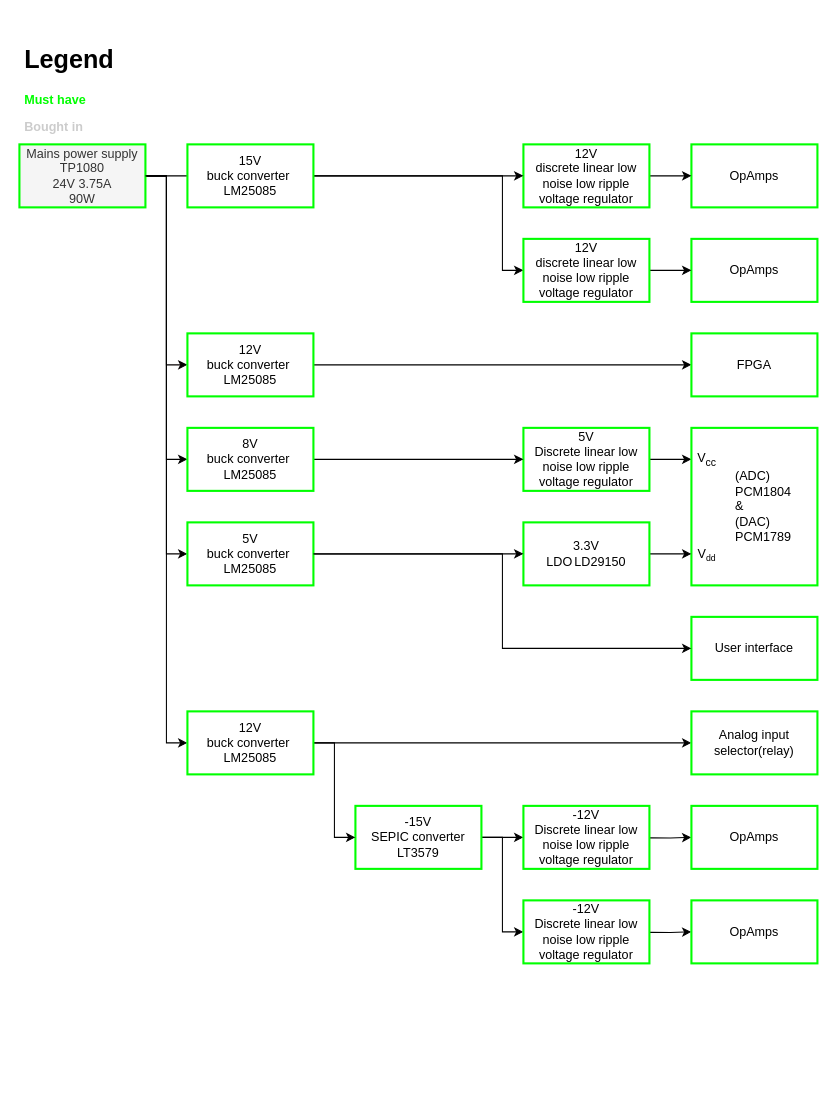
HeinVerhallen/Audio-DSP keeps this draw.io diagram as Block diagrams/System design/Power supply.drawio. Above is the earlier version. Source tidied: cells renumbered, new cells numbered last; positions are measured from the earlier drawing's top-left corner, leaving out a move shared by most shapes. Both pictures are drawn from the tidied source at 105%, with x=0, y=0 at pixel (19, 39).
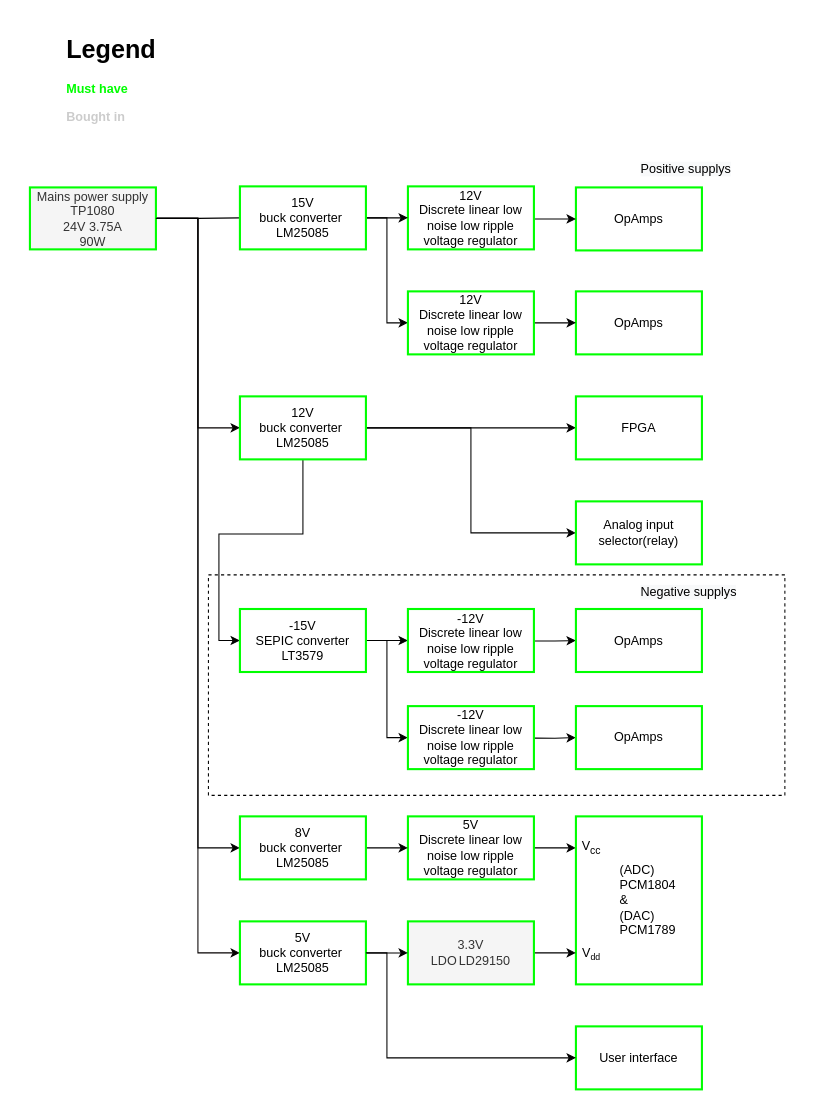
The same diagram, later.

Diff of the diagram source:
```diff
@@
+    <mxCell id="49" style="rounded=0;whiteSpace=wrap;html=1;dashed=1;fillColor=none;" parent="1" vertex="1">
+      <mxGeometry x="180" y="510" width="549" height="210" as="geometry" />
+    </mxCell>
-    <mxCell id="2" style="edgeStyle=orthogonalEdgeStyle;rounded=0;jettySize=auto;html=1;entryX=0;entryY=0.5;entryDx=0;entryDy=0;strokeColor=#050001;fontColor=default;exitX=1;exitY=0.5;exitDx=0;exitDy=0;" parent="1" edge="1" source="6" target="11">
+    <mxCell id="2" style="edgeStyle=orthogonalEdgeStyle;rounded=0;jettySize=auto;html=1;entryX=0;entryY=0.5;entryDx=0;entryDy=0;strokeColor=#050001;fontColor=default;" parent="1" edge="1" source="6" target="11">
       <mxGeometry relative="1" as="geometry">
         <Array as="points">
-          <mxPoint x="140" y="130" />
-          <mxPoint x="140" y="310" />
+          <mxPoint x="170" y="171" />
+          <mxPoint x="170" y="370" />
         </Array>
       </mxGeometry>
     </mxCell>
     <mxCell id="3" style="edgeStyle=orthogonalEdgeStyle;rounded=0;jettySize=auto;html=1;entryX=0;entryY=0.5;entryDx=0;entryDy=0;strokeColor=#050001;fontColor=default;" parent="1" edge="1" source="6" target="29">
       <mxGeometry relative="1" as="geometry">
         <Array as="points">
-          <mxPoint x="140" y="130" />
-          <mxPoint x="140" y="490" />
+          <mxPoint x="170" y="170" />
+          <mxPoint x="170" y="870" />
         </Array>
       </mxGeometry>
     </mxCell>
-    <mxCell id="4" style="edgeStyle=orthogonalEdgeStyle;rounded=0;jettySize=auto;html=1;entryX=0;entryY=0.5;entryDx=0;entryDy=0;" parent="1" edge="1" target="28">
+    <mxCell id="4" style="edgeStyle=orthogonalEdgeStyle;rounded=0;jettySize=auto;html=1;entryX=0;entryY=0.5;entryDx=0;entryDy=0;" parent="1" edge="1" source="6" target="28">
       <mxGeometry relative="1" as="geometry">
-        <mxPoint x="120" y="130" as="sourcePoint" />
         <Array as="points">
-          <mxPoint x="140" y="130" />
-          <mxPoint x="140" y="400" />
+          <mxPoint x="170" y="170" />
+          <mxPoint x="170" y="770" />
         </Array>
       </mxGeometry>
     </mxCell>
-    <mxCell id="5" style="edgeStyle=orthogonalEdgeStyle;rounded=0;jettySize=auto;html=1;exitX=1;exitY=0.5;exitDx=0;exitDy=0;entryX=0;entryY=0.5;entryDx=0;entryDy=0;" parent="1" edge="1" source="6" target="47">
-      <mxGeometry relative="1" as="geometry">
-        <Array as="points">
-          <mxPoint x="140" y="130" />
-          <mxPoint x="140" y="670" />
-        </Array>
-      </mxGeometry>
-    </mxCell>
     <mxCell id="6" value="Mains power supply&lt;br&gt;TP1080&lt;br&gt;24V 3.75A&lt;br&gt;90W" style="rounded=0;whiteSpace=wrap;html=1;strokeColor=#00FF00;strokeWidth=2;fillColor=#f5f5f5;fontColor=#333333;" parent="1" vertex="1">
-      <mxGeometry y="100" width="120" height="60" as="geometry" />
+      <mxGeometry x="10" y="141" width="120" height="59" as="geometry" />
     </mxCell>
     <mxCell id="7" value="OpAmps" style="rounded=0;whiteSpace=wrap;html=1;strokeColor=#00FF00;strokeWidth=2;" parent="1" vertex="1">
-      <mxGeometry x="640" y="100" width="120" height="60" as="geometry" />
+      <mxGeometry x="530" y="141" width="120" height="60" as="geometry" />
     </mxCell>
@@
     <mxCell id="9" value="5V &lt;br&gt;Discrete linear low noise low ripple voltage regulator" style="rounded=0;whiteSpace=wrap;html=1;strokeColor=#00FF00;strokeWidth=2;" parent="1" vertex="1">
-      <mxGeometry x="480" y="370" width="120" height="60" as="geometry" />
+      <mxGeometry x="370" y="740" width="120" height="60" as="geometry" />
     </mxCell>
@@
+    <mxCell id="50" style="edgeStyle=orthogonalEdgeStyle;rounded=0;jettySize=auto;html=1;entryX=0;entryY=0.5;entryDx=0;entryDy=0;" parent="1" edge="1" source="11" target="48">
+      <mxGeometry relative="1" as="geometry" />
+    </mxCell>
+    <mxCell id="51" style="edgeStyle=orthogonalEdgeStyle;rounded=0;jettySize=auto;html=1;entryX=0;entryY=0.5;entryDx=0;entryDy=0;" parent="1" edge="1" source="11" target="34">
+      <mxGeometry relative="1" as="geometry">
+        <Array as="points">
+          <mxPoint x="270" y="471" />
+          <mxPoint x="190" y="471" />
+          <mxPoint x="190" y="572" />
+        </Array>
+      </mxGeometry>
+    </mxCell>
     <mxCell id="11" value="12V &lt;br&gt;buck converter&amp;nbsp; LM25085" style="rounded=0;whiteSpace=wrap;html=1;strokeColor=#00FF00;strokeWidth=2;" parent="1" vertex="1">
-      <mxGeometry x="160" y="280" width="120" height="60" as="geometry" />
+      <mxGeometry x="210" y="340" width="120" height="60" as="geometry" />
     </mxCell>
     <mxCell id="12" value="FPGA" style="rounded=0;whiteSpace=wrap;html=1;strokeColor=#00FF00;strokeWidth=2;" parent="1" vertex="1">
-      <mxGeometry x="640" y="280" width="120" height="60" as="geometry" />
+      <mxGeometry x="530" y="340" width="120" height="60" as="geometry" />
     </mxCell>
     <mxCell id="13" value="User interface" style="rounded=0;whiteSpace=wrap;html=1;strokeColor=#00FF00;strokeWidth=2;" parent="1" vertex="1">
-      <mxGeometry x="640" y="550" width="120" height="60" as="geometry" />
+      <mxGeometry x="530" y="940" width="120" height="60" as="geometry" />
     </mxCell>
+    <mxCell id="48" value="Analog input selector(relay)" style="rounded=0;whiteSpace=wrap;html=1;strokeColor=#00FF00;strokeWidth=2;" parent="1" vertex="1">
+      <mxGeometry x="530" y="440" width="120" height="60" as="geometry" />
+    </mxCell>
@@
     <mxCell id="16" value="OpAmps" style="rounded=0;whiteSpace=wrap;html=1;strokeColor=#00FF00;strokeWidth=2;" parent="1" vertex="1">
-      <mxGeometry x="640" y="730" width="120" height="60" as="geometry" />
+      <mxGeometry x="530" y="542.5" width="120" height="60" as="geometry" />
     </mxCell>
+    <mxCell id="52" value="&lt;span style=&quot;color: rgb(0 , 0 , 0) ; font-family: &amp;#34;helvetica&amp;#34; ; font-size: 12px ; font-style: normal ; font-weight: 400 ; letter-spacing: normal ; text-align: center ; text-indent: 0px ; text-transform: none ; word-spacing: 0px ; background-color: rgb(248 , 249 , 250) ; display: inline ; float: none&quot;&gt;Positive supplys&lt;/span&gt;" style="text;whiteSpace=wrap;html=1;strokeColor=none;strokeWidth=2;dashed=1;dashPattern=1 4;" parent="1" vertex="1">
+      <mxGeometry x="590" y="110" width="110" height="30" as="geometry" />
+    </mxCell>
+    <mxCell id="53" value="&lt;span style=&quot;color: rgb(0 , 0 , 0) ; font-family: &amp;#34;helvetica&amp;#34; ; font-size: 12px ; font-style: normal ; font-weight: 400 ; letter-spacing: normal ; text-align: center ; text-indent: 0px ; text-transform: none ; word-spacing: 0px ; background-color: rgb(248 , 249 , 250) ; display: inline ; float: none&quot;&gt;Negative supplys&lt;/span&gt;" style="text;whiteSpace=wrap;html=1;strokeColor=none;strokeWidth=1;dashed=1;" parent="1" vertex="1">
+      <mxGeometry x="590" y="512.5" width="110" height="30" as="geometry" />
+    </mxCell>
     <mxCell id="17" value="&lt;blockquote style=&quot;margin: 0 0 0 40px; border: none; padding: 0px;&quot;&gt;&lt;p style=&quot;line-height: 120%;&quot;&gt;(ADC) PCM1804 &lt;br&gt;&amp;amp; &lt;br&gt;(DAC) PCM1789&lt;/p&gt;&lt;/blockquote&gt;" style="rounded=0;whiteSpace=wrap;html=1;shadow=0;fillColor=none;align=left;strokeColor=#00FF00;strokeWidth=2;" parent="1" vertex="1">
-      <mxGeometry x="640" y="370" width="120" height="150" as="geometry" />
+      <mxGeometry x="530" y="740" width="120" height="160" as="geometry" />
     </mxCell>
     <mxCell id="18" value="V&lt;sub&gt;cc&lt;/sub&gt;" style="rounded=0;whiteSpace=wrap;html=1;shadow=0;dashed=1;fontColor=#000000;fillColor=none;strokeColor=none;strokeWidth=2;" parent="1" vertex="1">
-      <mxGeometry x="640" y="377.5" width="30" height="45" as="geometry" />
+      <mxGeometry x="530" y="747.5" width="30" height="45" as="geometry" />
     </mxCell>
@@
-    <mxCell id="20" value="3.3V &lt;br&gt;LDO&lt;span style=&quot;white-space: pre;&quot;&gt;&#9;&lt;/span&gt;LD29150" style="rounded=0;whiteSpace=wrap;html=1;strokeWidth=2;strokeColor=#00FF00;" parent="1" vertex="1">
-      <mxGeometry x="480" y="460" width="120" height="60" as="geometry" />
+    <mxCell id="20" value="3.3V &lt;br&gt;LDO&lt;span style=&quot;white-space: pre;&quot;&gt;&#9;&lt;/span&gt;LD29150" style="rounded=0;whiteSpace=wrap;html=1;strokeColor=#00FF00;strokeWidth=2;fillColor=#f5f5f5;fontColor=#333333;" parent="1" vertex="1">
+      <mxGeometry x="370" y="840" width="120" height="60" as="geometry" />
     </mxCell>
     <mxCell id="21" style="edgeStyle=orthogonalEdgeStyle;rounded=0;orthogonalLoop=1;jettySize=auto;html=1;exitX=0.5;exitY=1;exitDx=0;exitDy=0;strokeColor=#00FF00;fontColor=default;strokeWidth=2;" parent="1" edge="1">
       <mxGeometry relative="1" as="geometry">
-        <mxPoint x="550.5" y="790" as="sourcePoint" />
-        <mxPoint x="550.5" y="790" as="targetPoint" />
+        <mxPoint x="440.5" y="580" as="sourcePoint" />
+        <mxPoint x="440.5" y="580" as="targetPoint" />
       </mxGeometry>
     </mxCell>
     <mxCell id="22" style="edgeStyle=orthogonalEdgeStyle;rounded=0;jettySize=auto;html=1;entryX=0;entryY=0.5;entryDx=0;entryDy=0;strokeColor=#000000;fontColor=default;exitX=1.003;exitY=0.501;exitDx=0;exitDy=0;exitPerimeter=0;strokeWidth=1;" parent="1" edge="1" source="29" target="20">
       <mxGeometry relative="1" as="geometry">
         <Array as="points">
-          <mxPoint x="320" y="490" />
-          <mxPoint x="320" y="490" />
+          <mxPoint x="350" y="870" />
+          <mxPoint x="350" y="870" />
         </Array>
       </mxGeometry>
     </mxCell>
@@
     <mxCell id="25" value="V&lt;span style=&quot;font-size: 10px;&quot;&gt;&lt;sub&gt;dd&lt;/sub&gt;&lt;/span&gt;" style="rounded=0;whiteSpace=wrap;html=1;shadow=0;dashed=1;fontColor=#000000;fillColor=none;strokeColor=none;strokeWidth=2;" parent="1" vertex="1">
-      <mxGeometry x="640" y="467.5" width="30" height="45" as="geometry" />
+      <mxGeometry x="530" y="847.5" width="30" height="45" as="geometry" />
     </mxCell>
-    <mxCell id="26" style="edgeStyle=orthogonalEdgeStyle;rounded=0;jettySize=auto;html=1;entryX=0;entryY=0.5;entryDx=0;entryDy=0;strokeColor=#000000;strokeWidth=1;exitX=1;exitY=0.5;exitDx=0;exitDy=0;" parent="1" edge="1" source="27" target="7">
-      <mxGeometry relative="1" as="geometry" />
+    <mxCell id="26" style="edgeStyle=orthogonalEdgeStyle;rounded=0;jettySize=auto;html=1;entryX=0;entryY=0.5;entryDx=0;entryDy=0;strokeColor=#000000;strokeWidth=1;" parent="1" edge="1" source="27" target="7">
+      <mxGeometry relative="1" as="geometry">
+        <Array as="points">
+          <mxPoint x="530" y="171" />
+          <mxPoint x="530" y="171" />
+        </Array>
+      </mxGeometry>
     </mxCell>
-    <mxCell id="27" value="12V &lt;br&gt;discrete linear low noise low ripple voltage regulator" style="rounded=0;whiteSpace=wrap;html=1;strokeColor=#00FF00;strokeWidth=2;" parent="1" vertex="1">
-      <mxGeometry x="480" y="100" width="120" height="60" as="geometry" />
+    <mxCell id="27" value="12V &lt;br&gt;Discrete linear low noise low ripple voltage regulator" style="rounded=0;whiteSpace=wrap;html=1;strokeColor=#00FF00;strokeWidth=2;" parent="1" vertex="1">
+      <mxGeometry x="370" y="140" width="120" height="60" as="geometry" />
     </mxCell>
     <mxCell id="28" value="8V &lt;br&gt;buck converter&amp;nbsp; LM25085" style="rounded=0;whiteSpace=wrap;html=1;strokeColor=#00FF00;strokeWidth=2;" parent="1" vertex="1">
-      <mxGeometry x="160" y="370" width="120" height="60" as="geometry" />
+      <mxGeometry x="210" y="740" width="120" height="60" as="geometry" />
     </mxCell>
     <mxCell id="29" value="5V &lt;br&gt;buck converter&amp;nbsp; LM25085" style="rounded=0;whiteSpace=wrap;html=1;strokeColor=#00FF00;strokeWidth=2;" parent="1" vertex="1">
-      <mxGeometry x="160" y="460" width="120" height="60" as="geometry" />
+      <mxGeometry x="210" y="840" width="120" height="60" as="geometry" />
     </mxCell>
-    <mxCell id="30" style="edgeStyle=orthogonalEdgeStyle;rounded=0;jettySize=auto;html=1;strokeColor=#000000;strokeWidth=1;fontColor=#000000;entryX=0;entryY=0.5;entryDx=0;entryDy=0;exitX=1;exitY=0.5;exitDx=0;exitDy=0;" parent="1" edge="1" source="32" target="27">
+    <mxCell id="30" style="edgeStyle=orthogonalEdgeStyle;rounded=0;jettySize=auto;html=1;strokeColor=#000000;strokeWidth=1;fontColor=#000000;" parent="1" edge="1" source="32" target="27">
       <mxGeometry relative="1" as="geometry" />
     </mxCell>
     <mxCell id="31" style="edgeStyle=orthogonalEdgeStyle;rounded=0;jettySize=auto;html=1;entryX=0;entryY=0.5;entryDx=0;entryDy=0;" parent="1" edge="1" source="32" target="44">
-      <mxGeometry relative="1" as="geometry">
-        <Array as="points">
-          <mxPoint x="460" y="130" />
-          <mxPoint x="460" y="220" />
-        </Array>
-      </mxGeometry>
+      <mxGeometry relative="1" as="geometry" />
     </mxCell>
     <mxCell id="32" value="15V &lt;br&gt;buck converter&amp;nbsp; LM25085" style="rounded=0;whiteSpace=wrap;html=1;strokeColor=#00FF00;strokeWidth=2;" parent="1" vertex="1">
-      <mxGeometry x="160" y="100" width="120" height="60" as="geometry" />
+      <mxGeometry x="210" y="140" width="120" height="60" as="geometry" />
     </mxCell>
@@
     <mxCell id="34" value="-15V &lt;br&gt;SEPIC converter&lt;br&gt;LT3579" style="rounded=0;whiteSpace=wrap;html=1;strokeColor=#00FF00;strokeWidth=2;" parent="1" vertex="1">
-      <mxGeometry x="320" y="730" width="120" height="60" as="geometry" />
+      <mxGeometry x="210" y="542.5" width="120" height="60" as="geometry" />
     </mxCell>
     <mxCell id="35" value="-12V &lt;br&gt;Discrete linear low noise low ripple voltage regulator" style="rounded=0;whiteSpace=wrap;html=1;strokeColor=#00FF00;strokeWidth=2;" parent="1" vertex="1">
-      <mxGeometry x="480" y="730" width="120" height="60" as="geometry" />
+      <mxGeometry x="370" y="542.5" width="120" height="60" as="geometry" />
     </mxCell>
     <mxCell id="36" value="&lt;h1&gt;Legend&lt;/h1&gt;&lt;p&gt;&lt;font color=&quot;#00ff00&quot;&gt;&lt;b&gt;Must have&lt;/b&gt;&lt;/font&gt;&lt;/p&gt;&lt;p&gt;&lt;font color=&quot;#cccccc&quot;&gt;&lt;b&gt;Bought in&lt;/b&gt;&lt;/font&gt;&lt;/p&gt;" style="text;html=1;strokeColor=none;fillColor=none;spacing=5;spacingTop=-20;whiteSpace=wrap;overflow=hidden;rounded=0;" parent="1" vertex="1">
-      <mxGeometry width="100" height="100" as="geometry" />
+      <mxGeometry x="40" y="-10" width="100" height="120" as="geometry" />
     </mxCell>
     <mxCell id="37" style="edgeStyle=orthogonalEdgeStyle;rounded=0;jettySize=auto;html=1;entryX=0;entryY=0.5;entryDx=0;entryDy=0;strokeColor=#000000;strokeWidth=1;" parent="1" edge="1" source="29" target="13">
       <mxGeometry relative="1" as="geometry">
         <Array as="points">
-          <mxPoint x="460" y="490" />
-          <mxPoint x="460" y="580" />
+          <mxPoint x="350" y="870" />
+          <mxPoint x="350" y="970" />
         </Array>
       </mxGeometry>
     </mxCell>
@@
     <mxCell id="39" value="OpAmps" style="rounded=0;whiteSpace=wrap;html=1;strokeColor=#00FF00;strokeWidth=2;" parent="1" vertex="1">
-      <mxGeometry x="640" y="820" width="120" height="60" as="geometry" />
+      <mxGeometry x="530" y="635" width="120" height="60" as="geometry" />
     </mxCell>
     <mxCell id="40" style="edgeStyle=orthogonalEdgeStyle;rounded=0;orthogonalLoop=1;jettySize=auto;html=1;exitX=0.5;exitY=1;exitDx=0;exitDy=0;strokeColor=#00FF00;fontColor=default;strokeWidth=2;" parent="1" edge="1">
       <mxGeometry relative="1" as="geometry">
-        <mxPoint x="550.5" y="882.5" as="sourcePoint" />
-        <mxPoint x="550.5" y="882.5" as="targetPoint" />
+        <mxPoint x="440.5" y="672.5" as="sourcePoint" />
+        <mxPoint x="440.5" y="672.5" as="targetPoint" />
       </mxGeometry>
     </mxCell>
     <mxCell id="41" value="-12V &lt;br&gt;Discrete linear low noise low ripple voltage regulator" style="rounded=0;whiteSpace=wrap;html=1;strokeColor=#00FF00;strokeWidth=2;" parent="1" vertex="1">
-      <mxGeometry x="480" y="820" width="120" height="60" as="geometry" />
+      <mxGeometry x="370" y="635" width="120" height="60" as="geometry" />
     </mxCell>
     <mxCell id="42" value="OpAmps" style="rounded=0;whiteSpace=wrap;html=1;strokeColor=#00FF00;strokeWidth=2;" parent="1" vertex="1">
-      <mxGeometry x="640" y="190" width="120" height="60" as="geometry" />
+      <mxGeometry x="530" y="240" width="120" height="60" as="geometry" />
     </mxCell>
-    <mxCell id="43" style="edgeStyle=orthogonalEdgeStyle;rounded=0;jettySize=auto;html=1;" parent="1" edge="1" source="44" target="42">
-      <mxGeometry relative="1" as="geometry" />
+    <mxCell id="43" style="edgeStyle=orthogonalEdgeStyle;rounded=0;jettySize=auto;html=1;entryX=0;entryY=0.5;entryDx=0;entryDy=0;strokeColor=#000000;strokeWidth=1;" parent="1" edge="1" source="44" target="42">
+      <mxGeometry relative="1" as="geometry">
+        <Array as="points">
+          <mxPoint x="510" y="270" />
+          <mxPoint x="510" y="270" />
+        </Array>
+      </mxGeometry>
     </mxCell>
-    <mxCell id="44" value="12V &lt;br&gt;discrete linear low noise low ripple voltage regulator" style="rounded=0;whiteSpace=wrap;html=1;strokeColor=#00FF00;strokeWidth=2;" parent="1" vertex="1">
-      <mxGeometry x="480" y="190" width="120" height="60" as="geometry" />
+    <mxCell id="44" value="12V &lt;br&gt;Discrete linear low noise low ripple voltage regulator" style="rounded=0;whiteSpace=wrap;html=1;strokeColor=#00FF00;strokeWidth=2;" parent="1" vertex="1">
+      <mxGeometry x="370" y="240" width="120" height="60" as="geometry" />
     </mxCell>
-    <mxCell id="45" style="edgeStyle=orthogonalEdgeStyle;rounded=0;jettySize=auto;html=1;" parent="1" edge="1" source="47" target="34">
-      <mxGeometry relative="1" as="geometry">
-        <Array as="points">
-          <mxPoint x="300" y="670" />
-          <mxPoint x="300" y="760" />
-        </Array>
-      </mxGeometry>
-    </mxCell>
-    <mxCell id="46" style="edgeStyle=orthogonalEdgeStyle;rounded=0;jettySize=auto;html=1;exitX=1;exitY=0.5;exitDx=0;exitDy=0;entryX=0;entryY=0.5;entryDx=0;entryDy=0;" parent="1" edge="1" source="47" target="48">
-      <mxGeometry relative="1" as="geometry" />
-    </mxCell>
-    <mxCell id="47" value="12V &lt;br&gt;buck converter&amp;nbsp; LM25085" style="rounded=0;whiteSpace=wrap;html=1;strokeColor=#00FF00;strokeWidth=2;" parent="1" vertex="1">
-      <mxGeometry x="160" y="640" width="120" height="60" as="geometry" />
-    </mxCell>
-    <mxCell id="48" value="Analog input selector(relay)" style="rounded=0;whiteSpace=wrap;html=1;strokeColor=#00FF00;strokeWidth=2;" parent="1" vertex="1">
-      <mxGeometry x="640" y="640" width="120" height="60" as="geometry" />
-    </mxCell>
```
